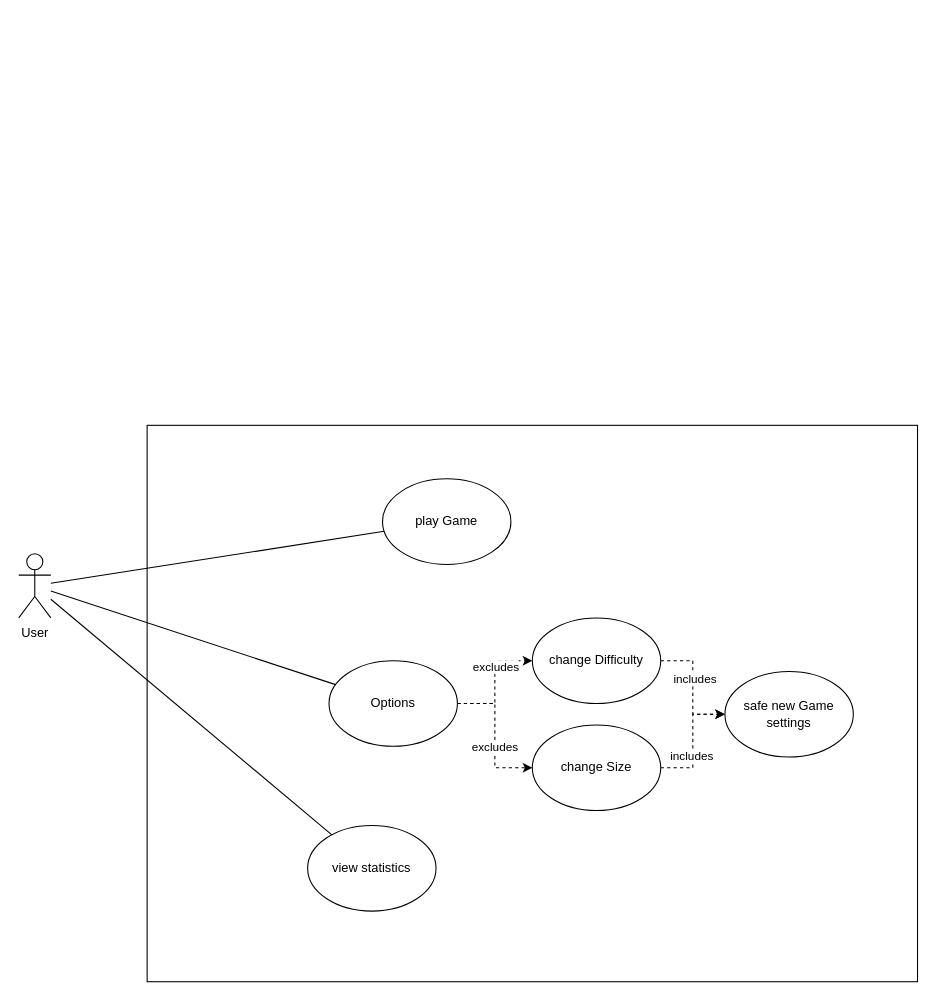
SevenChords/MobAppDev_SS22 keeps this draw.io diagram as uml/UseCase_SudokuKing.drawio. Above is the earlier version. Source tidied: cells renumbered, new cells numbered last; positions are measured from the earlier drawing's top-left corner, leaving out a move shared by most shapes. Both pictures are drawn from the tidied source at 107%, with x=0, y=0 at pixel (18, 425).
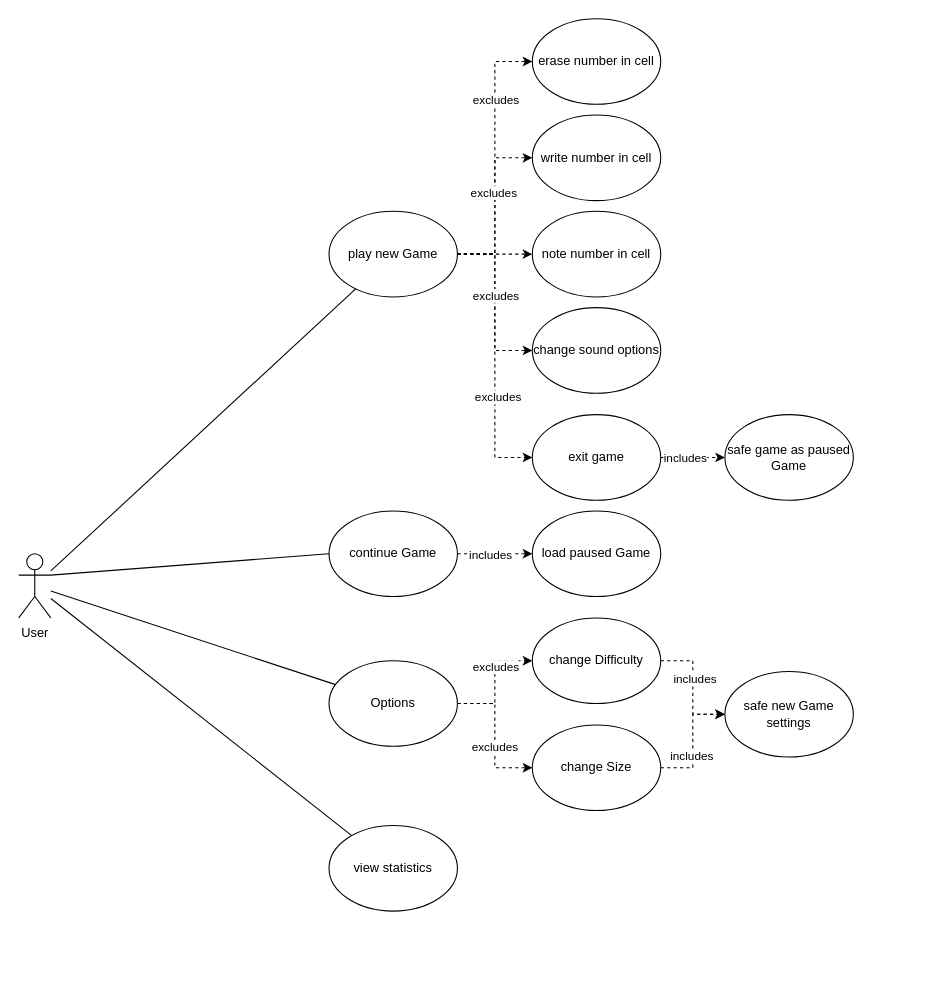
The same diagram, later.

Commit message (it also covers changes not shown here):
Updated Use Case and uploaded png for wiki

Unchanged cells that the change refers to:
```xml
<mxCell id="3" value="User" style="shape=umlActor;verticalLabelPosition=bottom;verticalAlign=top;html=1;outlineConnect=0;" parent="1" vertex="1">
  <mxGeometry y="120" width="30" height="60" as="geometry" />
</mxCell>
```

What changed in the source:
```diff
@@
-    <mxCell id="2" style="rounded=0;whiteSpace=wrap;html=1;" parent="1" vertex="1">
-      <mxGeometry x="120" width="720" height="520" as="geometry" />
-    </mxCell>
@@
+    <mxCell id="21" style="edgeStyle=orthogonalEdgeStyle;rounded=0;jettySize=auto;html=1;entryX=0;entryY=0.5;entryDx=0;entryDy=0;dashed=1;" parent="1" edge="1" source="4" target="30">
+      <mxGeometry relative="1" as="geometry" />
+    </mxCell>
+    <mxCell id="22" value="excludes" style="edgeLabel;html=1;align=center;verticalAlign=middle;" parent="21" vertex="1">
+      <mxGeometry x="0.44" relative="1" as="geometry" />
+    </mxCell>
+    <mxCell id="23" style="edgeStyle=orthogonalEdgeStyle;rounded=0;jettySize=auto;html=1;entryX=0;entryY=0.5;entryDx=0;entryDy=0;dashed=1;" parent="1" edge="1" source="4" target="31">
+      <mxGeometry relative="1" as="geometry" />
+    </mxCell>
+    <mxCell id="24" value="excludes" style="edgeLabel;html=1;align=center;verticalAlign=middle;" parent="23" vertex="1">
+      <mxGeometry x="0.16" y="2" relative="1" as="geometry" />
+    </mxCell>
+    <mxCell id="25" style="edgeStyle=orthogonalEdgeStyle;rounded=0;jettySize=auto;html=1;dashed=1;" parent="1" edge="1" source="4" target="32">
+      <mxGeometry relative="1" as="geometry" />
+    </mxCell>
+    <mxCell id="26" style="edgeStyle=orthogonalEdgeStyle;rounded=0;jettySize=auto;html=1;entryX=0;entryY=0.5;entryDx=0;entryDy=0;dashed=1;" parent="1" edge="1" source="4" target="33">
+      <mxGeometry relative="1" as="geometry" />
+    </mxCell>
+    <mxCell id="27" style="edgeStyle=orthogonalEdgeStyle;rounded=0;jettySize=auto;html=1;entryX=0;entryY=0.5;entryDx=0;entryDy=0;dashed=1;" parent="1" edge="1" source="4" target="36">
+      <mxGeometry relative="1" as="geometry" />
+    </mxCell>
+    <mxCell id="28" value="excludes" style="edgeLabel;html=1;align=center;verticalAlign=middle;" parent="27" vertex="1">
+      <mxGeometry x="-0.44" relative="1" as="geometry" />
+    </mxCell>
+    <mxCell id="29" value="excludes" style="edgeLabel;html=1;align=center;verticalAlign=middle;" parent="27" vertex="1">
+      <mxGeometry x="0.29" y="2" relative="1" as="geometry" />
+    </mxCell>
-    <mxCell id="4" value="play Game" style="ellipse;whiteSpace=wrap;html=1;" parent="1" vertex="1">
-      <mxGeometry x="340" y="50" width="120" height="80" as="geometry" />
+    <mxCell id="4" value="play new Game" style="ellipse;whiteSpace=wrap;html=1;" parent="1" vertex="1">
+      <mxGeometry x="290" y="-200" width="120" height="80" as="geometry" />
     </mxCell>
@@
     <mxCell id="19" value="view statistics" style="ellipse;whiteSpace=wrap;html=1;" parent="1" vertex="1">
-      <mxGeometry x="270" y="374" width="120" height="80" as="geometry" />
+      <mxGeometry x="290" y="374" width="120" height="80" as="geometry" />
     </mxCell>
@@
+    <mxCell id="30" value="erase number in cell" style="ellipse;whiteSpace=wrap;html=1;" parent="1" vertex="1">
+      <mxGeometry x="480" y="-380" width="120" height="80" as="geometry" />
+    </mxCell>
+    <mxCell id="31" value="write number in cell" style="ellipse;whiteSpace=wrap;html=1;" parent="1" vertex="1">
+      <mxGeometry x="480" y="-290" width="120" height="80" as="geometry" />
+    </mxCell>
+    <mxCell id="32" value="note number in cell" style="ellipse;whiteSpace=wrap;html=1;" parent="1" vertex="1">
+      <mxGeometry x="480" y="-200" width="120" height="80" as="geometry" />
+    </mxCell>
+    <mxCell id="33" value="change sound options" style="ellipse;whiteSpace=wrap;html=1;" parent="1" vertex="1">
+      <mxGeometry x="480" y="-110" width="120" height="80" as="geometry" />
+    </mxCell>
+    <mxCell id="34" style="edgeStyle=orthogonalEdgeStyle;rounded=0;jettySize=auto;html=1;dashed=1;" parent="1" edge="1" source="36" target="37">
+      <mxGeometry relative="1" as="geometry" />
+    </mxCell>
+    <mxCell id="35" value="includes" style="edgeLabel;html=1;align=center;verticalAlign=middle;" parent="34" vertex="1">
+      <mxGeometry x="-0.27" y="1" relative="1" as="geometry">
+        <mxPoint y="1" as="offset" />
+      </mxGeometry>
+    </mxCell>
+    <mxCell id="36" value="exit game" style="ellipse;whiteSpace=wrap;html=1;" parent="1" vertex="1">
+      <mxGeometry x="480" y="-10" width="120" height="80" as="geometry" />
+    </mxCell>
+    <mxCell id="37" value="safe game as paused Game" style="ellipse;whiteSpace=wrap;html=1;" parent="1" vertex="1">
+      <mxGeometry x="660" y="-10" width="120" height="80" as="geometry" />
+    </mxCell>
+    <mxCell id="38" style="edgeStyle=orthogonalEdgeStyle;rounded=0;jettySize=auto;html=1;dashed=1;" parent="1" edge="1" source="40" target="42">
+      <mxGeometry relative="1" as="geometry" />
+    </mxCell>
+    <mxCell id="39" value="includes" style="edgeLabel;html=1;align=center;verticalAlign=middle;" parent="38" vertex="1">
+      <mxGeometry x="-0.25" relative="1" as="geometry">
+        <mxPoint x="4" as="offset" />
+      </mxGeometry>
+    </mxCell>
+    <mxCell id="40" value="continue Game" style="ellipse;whiteSpace=wrap;html=1;" parent="1" vertex="1">
+      <mxGeometry x="290" y="80" width="120" height="80" as="geometry" />
+    </mxCell>
+    <mxCell id="41" style="endArrow=none;html=1;rounded=0;exitX=1;exitY=0.3333333333333333;exitDx=0;exitDy=0;exitPerimeter=0;entryX=0;entryY=0.5;entryDx=0;entryDy=0;" parent="1" edge="1" source="3" target="40">
+      <mxGeometry relative="1" as="geometry" />
+    </mxCell>
+    <mxCell id="42" value="load paused Game" style="ellipse;whiteSpace=wrap;html=1;" parent="1" vertex="1">
+      <mxGeometry x="480" y="80" width="120" height="80" as="geometry" />
+    </mxCell>
```
